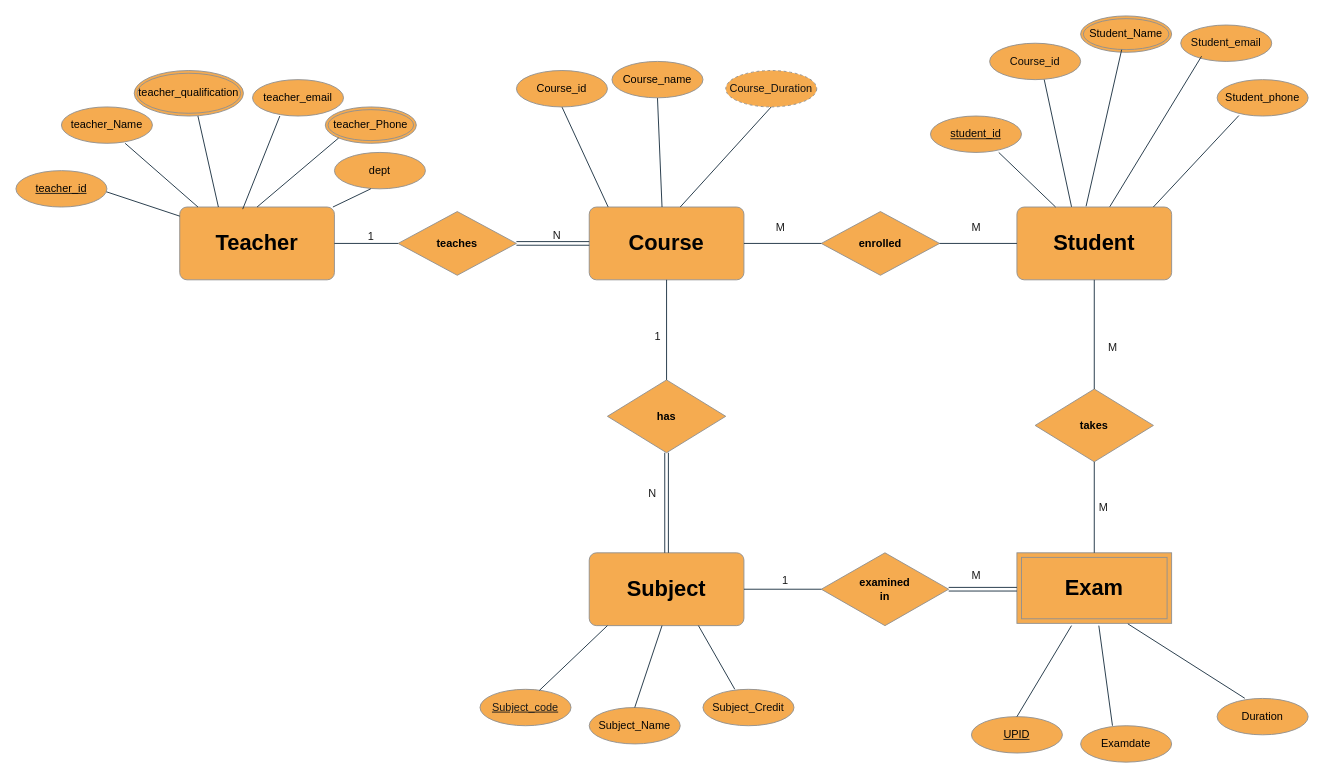
This is Untitled Diagram.drawio from Parbatnil/erd-dfd, a draw.io file, before an edit. Source tidied: cells renumbered, new cells numbered last; positions are measured from the earlier drawing's top-left corner, leaving out a move shared by most shapes. Both pictures are drawn from the tidied source at 91%, with x=0, y=0 at pixel (15, 15).
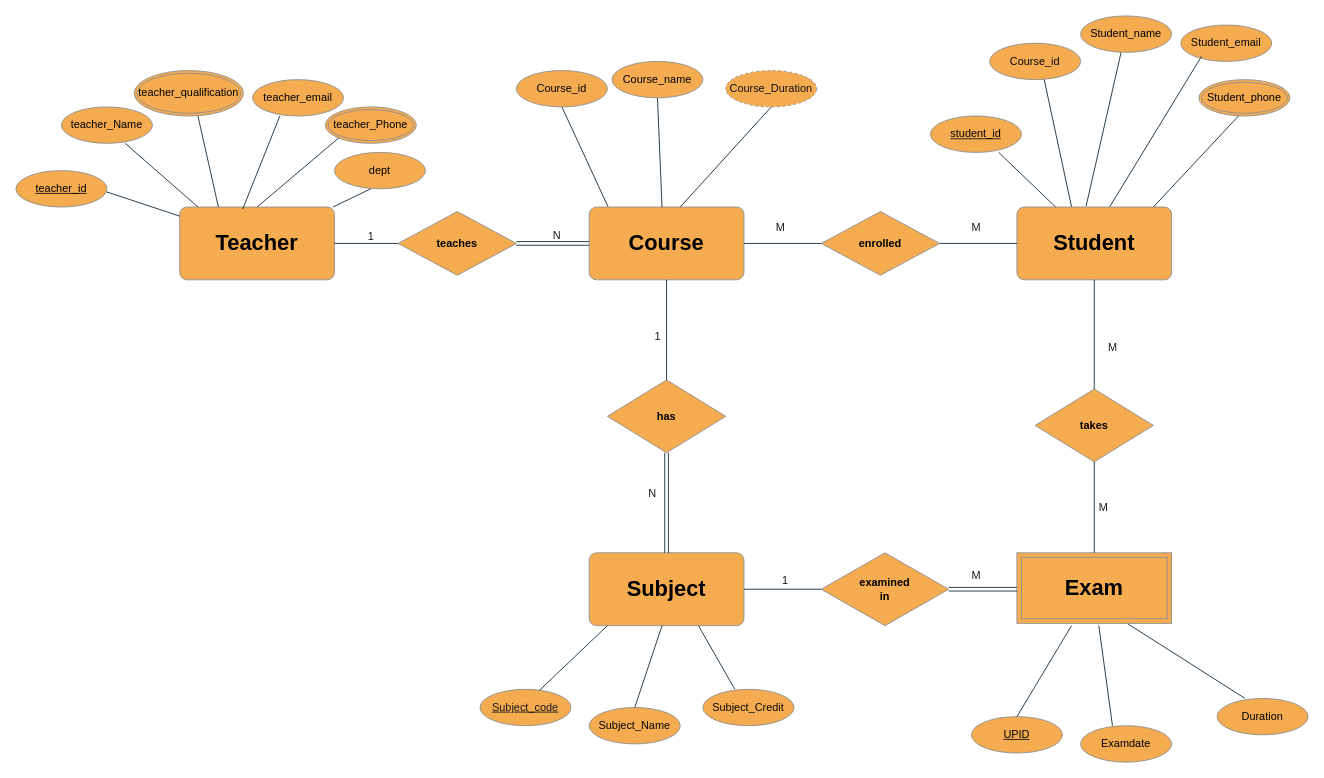
Above is the later version.

The change refers to these unchanged cells:
```xml
<mxCell id="4" value="&lt;h1&gt;&lt;font color=&quot;#000000&quot;&gt;Student&lt;/font&gt;&lt;/h1&gt;" style="rounded=1;arcSize=10;whiteSpace=wrap;html=1;align=center;labelBackgroundColor=none;fillColor=#F5AB50;strokeColor=#909090;fontColor=#1A1A1A;" parent="1" vertex="1">
  <mxGeometry x="1100" y="210" width="170" height="80" as="geometry" />
</mxCell>
```

What changed in the source:
```diff
@@
-    <mxCell id="52" value="&lt;font color=&quot;#000000&quot;&gt;Student_Name&lt;/font&gt;" style="ellipse;shape=doubleEllipse;margin=3;whiteSpace=wrap;html=1;align=center;labelBackgroundColor=none;fillColor=#F5AB50;strokeColor=#909090;fontColor=#1A1A1A;" parent="1" vertex="1">
-      <mxGeometry x="1170" width="100" height="40" as="geometry" />
-    </mxCell>
@@
-    <mxCell id="54" value="&lt;font color=&quot;#000000&quot;&gt;Student_phone&lt;/font&gt;" style="ellipse;whiteSpace=wrap;html=1;align=center;labelBackgroundColor=none;fillColor=#F5AB50;strokeColor=#909090;fontColor=#1A1A1A;" parent="1" vertex="1">
-      <mxGeometry x="1320" y="70" width="100" height="40" as="geometry" />
-    </mxCell>
@@
-    <mxCell id="57" style="endArrow=none;html=1;rounded=0;fontColor=default;exitX=0.451;exitY=0.929;exitDx=0;exitDy=0;exitPerimeter=0;entryX=0.447;entryY=-0.01;entryDx=0;entryDy=0;entryPerimeter=0;labelBackgroundColor=none;strokeColor=#182E3E;" parent="1" edge="1" source="52" target="4">
-      <mxGeometry relative="1" as="geometry" />
+    <mxCell id="57" style="endArrow=none;html=1;rounded=0;fontColor=default;exitX=0.451;exitY=0.929;exitDx=0;exitDy=0;exitPerimeter=0;entryX=0.447;entryY=-0.01;entryDx=0;entryDy=0;entryPerimeter=0;labelBackgroundColor=none;strokeColor=#182E3E;" parent="1" edge="1" target="4">
+      <mxGeometry relative="1" as="geometry">
+        <mxPoint x="1215.1" y="37.2" as="sourcePoint" />
+      </mxGeometry>
     </mxCell>
@@
-    <mxCell id="59" style="endArrow=none;html=1;rounded=0;fontColor=default;entryX=0.882;entryY=0;entryDx=0;entryDy=0;entryPerimeter=0;exitX=0.239;exitY=0.987;exitDx=0;exitDy=0;exitPerimeter=0;labelBackgroundColor=none;strokeColor=#182E3E;" parent="1" edge="1" source="54" target="4">
-      <mxGeometry relative="1" as="geometry" />
+    <mxCell id="59" style="endArrow=none;html=1;rounded=0;fontColor=default;entryX=0.882;entryY=0;entryDx=0;entryDy=0;entryPerimeter=0;exitX=0.239;exitY=0.987;exitDx=0;exitDy=0;exitPerimeter=0;labelBackgroundColor=none;strokeColor=#182E3E;" parent="1" edge="1" target="4">
+      <mxGeometry relative="1" as="geometry">
+        <mxPoint x="1343.9" y="109.5" as="sourcePoint" />
+      </mxGeometry>
     </mxCell>
@@
+    <mxCell id="54" value="&lt;font color=&quot;#000000&quot;&gt;Student_phone&lt;/font&gt;" style="ellipse;shape=doubleEllipse;margin=3;whiteSpace=wrap;html=1;align=center;labelBackgroundColor=none;fillColor=#F5AB50;strokeColor=#909090;fontColor=#1A1A1A;" parent="1" vertex="1">
+      <mxGeometry x="1300" y="70" width="100" height="40" as="geometry" />
+    </mxCell>
+    <mxCell id="72" value="&lt;font color=&quot;#000000&quot;&gt;Student_name&lt;/font&gt;" style="ellipse;whiteSpace=wrap;html=1;align=center;labelBackgroundColor=none;fillColor=#F5AB50;strokeColor=#909090;fontColor=#1A1A1A;" parent="1" vertex="1">
+      <mxGeometry x="1170" width="100" height="40" as="geometry" />
+    </mxCell>
```
